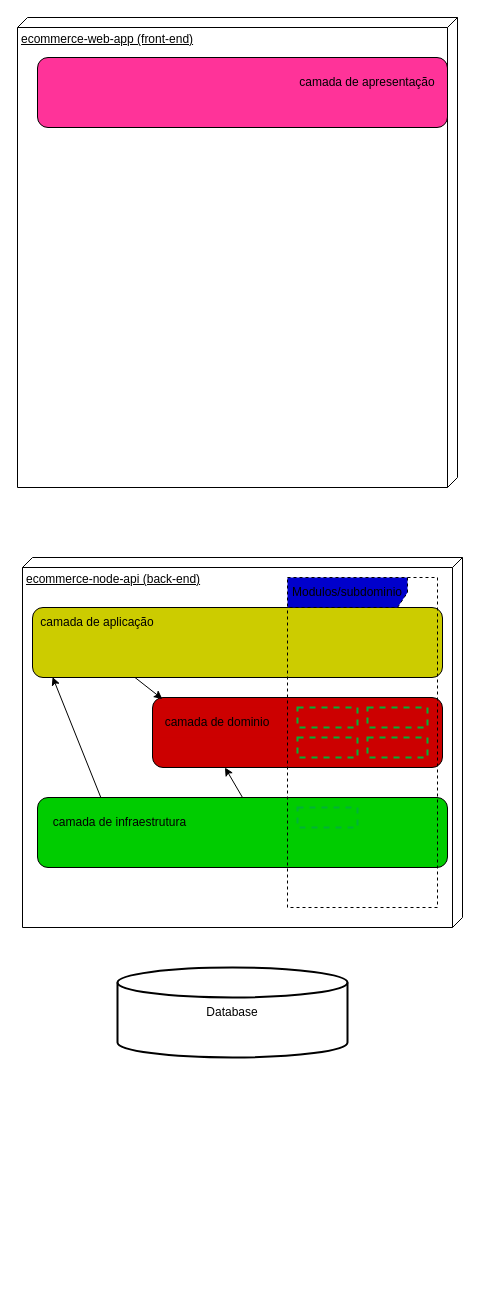
This is requiriments/ecommerce-arquitetura.drawio from Leandroallvess/ecommerce-node-api, a draw.io file, before an edit. Source tidied: cells renumbered, new cells numbered last; positions are measured from the earlier drawing's top-left corner, leaving out a move shared by most shapes. Both pictures are drawn from the tidied source at 100%, with x=0, y=0 at pixel (17, 17).
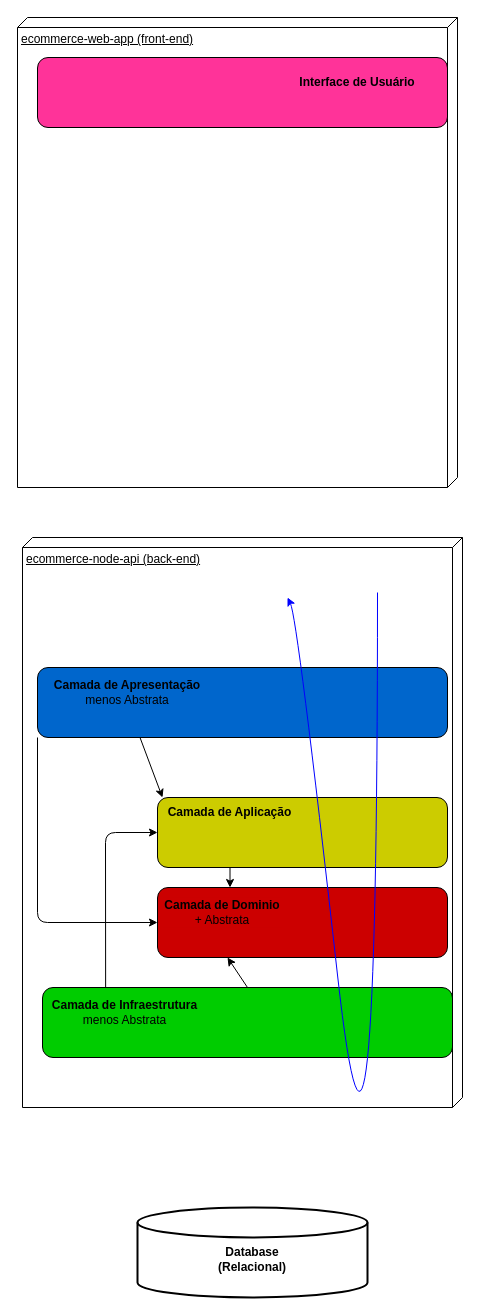
The same page after the edit.

Commit message:
Parte 14 | Modelando a Arquitetura do Software

Change to the diagram source:
```diff
@@
     <mxCell id="2" value="ecommerce-node-api (back-end)" style="verticalAlign=top;align=left;spacingTop=8;spacingLeft=2;spacingRight=12;shape=cube;size=10;direction=south;fontStyle=4;html=1;" parent="1" vertex="1">
-      <mxGeometry x="5" y="540" width="440" height="370" as="geometry" />
+      <mxGeometry x="5" y="520" width="440" height="570" as="geometry" />
     </mxCell>
@@
-    <mxCell id="4" value="Database" style="strokeWidth=2;html=1;shape=mxgraph.flowchart.database;whiteSpace=wrap;" parent="1" vertex="1">
-      <mxGeometry x="100" y="950" width="230" height="90" as="geometry" />
+    <mxCell id="4" value="&lt;b&gt;&lt;br&gt;Database&lt;br&gt;(Relacional)&lt;/b&gt;" style="strokeWidth=2;html=1;shape=mxgraph.flowchart.database;whiteSpace=wrap;" parent="1" vertex="1">
+      <mxGeometry x="120" y="1190" width="230" height="90" as="geometry" />
     </mxCell>
     <mxCell id="5" style="rounded=1;whiteSpace=wrap;html=1;fillColor=#CC0000;" parent="1" vertex="1">
-      <mxGeometry x="135" y="680" width="290" height="70" as="geometry" />
+      <mxGeometry x="140" y="870" width="290" height="70" as="geometry" />
     </mxCell>
-    <mxCell id="6" value="camada de dominio" style="text;html=1;strokeColor=none;fillColor=#CC0000;align=center;verticalAlign=middle;whiteSpace=wrap;rounded=0;" parent="1" vertex="1">
-      <mxGeometry x="140" y="690" width="120" height="30" as="geometry" />
+    <mxCell id="6" value="&lt;b&gt;Camada de Dominio&lt;/b&gt;&lt;br&gt;+ Abstrata" style="text;html=1;strokeColor=none;fillColor=#CC0000;align=center;verticalAlign=middle;whiteSpace=wrap;rounded=0;" parent="1" vertex="1">
+      <mxGeometry x="145" y="880" width="120" height="30" as="geometry" />
     </mxCell>
-    <mxCell id="7" style="edgeStyle=none;html=1;exitX=0.25;exitY=1;exitDx=0;exitDy=0;entryX=0.034;entryY=0.021;entryDx=0;entryDy=0;entryPerimeter=0;" parent="1" edge="1" source="8" target="5">
+    <mxCell id="7" style="edgeStyle=none;html=1;exitX=0.25;exitY=1;exitDx=0;exitDy=0;entryX=0.25;entryY=0;entryDx=0;entryDy=0;" parent="1" edge="1" source="8" target="5">
       <mxGeometry relative="1" as="geometry" />
     </mxCell>
     <mxCell id="8" style="rounded=1;whiteSpace=wrap;html=1;fillColor=#CCCC00;" parent="1" vertex="1">
-      <mxGeometry x="15" y="590" width="410" height="70" as="geometry" />
+      <mxGeometry x="140" y="780" width="290" height="70" as="geometry" />
     </mxCell>
-    <mxCell id="9" value="camada de aplicação" style="text;html=1;strokeColor=none;fillColor=none;align=center;verticalAlign=middle;whiteSpace=wrap;rounded=0;" parent="1" vertex="1">
-      <mxGeometry x="20" y="590" width="120" height="30" as="geometry" />
+    <mxCell id="9" value="&lt;b&gt;Camada de Aplicação&lt;/b&gt;" style="text;html=1;strokeColor=none;fillColor=none;align=center;verticalAlign=middle;whiteSpace=wrap;rounded=0;" parent="1" vertex="1">
+      <mxGeometry x="145" y="780" width="135" height="30" as="geometry" />
     </mxCell>
-    <mxCell id="10" style="edgeStyle=none;html=1;exitX=0.5;exitY=0;exitDx=0;exitDy=0;entryX=0.25;entryY=1;entryDx=0;entryDy=0;" parent="1" edge="1" source="11" target="5">
-      <mxGeometry relative="1" as="geometry" />
+    <mxCell id="10" style="edgeStyle=none;html=1;exitX=0.5;exitY=0;exitDx=0;exitDy=0;" parent="1" edge="1" source="11">
+      <mxGeometry relative="1" as="geometry">
+        <mxPoint x="210" y="940" as="targetPoint" />
+      </mxGeometry>
     </mxCell>
     <mxCell id="11" style="rounded=1;whiteSpace=wrap;html=1;fillColor=#00CC00;" parent="1" vertex="1">
-      <mxGeometry x="20" y="780" width="410" height="70" as="geometry" />
+      <mxGeometry x="25" y="970" width="410" height="70" as="geometry" />
     </mxCell>
-    <mxCell id="12" value="camada de infraestrutura" style="text;html=1;strokeColor=none;fillColor=none;align=center;verticalAlign=middle;whiteSpace=wrap;rounded=0;" parent="1" vertex="1">
-      <mxGeometry x="20" y="790" width="165" height="30" as="geometry" />
+    <mxCell id="12" value="&lt;b&gt;Camada de Infraestrutura&lt;/b&gt;&lt;br&gt;menos Abstrata" style="text;html=1;strokeColor=none;fillColor=none;align=center;verticalAlign=middle;whiteSpace=wrap;rounded=0;" parent="1" vertex="1">
+      <mxGeometry x="25" y="980" width="165" height="30" as="geometry" />
     </mxCell>
@@
-    <mxCell id="14" value="camada de apresentação" style="text;html=1;strokeColor=none;fillColor=none;align=center;verticalAlign=middle;whiteSpace=wrap;rounded=0;" parent="1" vertex="1">
-      <mxGeometry x="280" y="50" width="140" height="30" as="geometry" />
+    <mxCell id="14" value="&lt;b&gt;Interface de Usuário&lt;/b&gt;" style="text;html=1;strokeColor=none;fillColor=none;align=center;verticalAlign=middle;whiteSpace=wrap;rounded=0;" parent="1" vertex="1">
+      <mxGeometry x="260" y="50" width="160" height="30" as="geometry" />
     </mxCell>
-    <mxCell id="15" style="edgeStyle=none;html=1;exitX=0.154;exitY=-0.007;exitDx=0;exitDy=0;exitPerimeter=0;entryX=0.049;entryY=0.993;entryDx=0;entryDy=0;entryPerimeter=0;" parent="1" edge="1" source="11" target="8">
-      <mxGeometry relative="1" as="geometry" />
+    <mxCell id="15" style="edgeStyle=none;html=1;exitX=0.154;exitY=-0.007;exitDx=0;exitDy=0;exitPerimeter=0;entryX=0;entryY=0.5;entryDx=0;entryDy=0;" parent="1" edge="1" source="11" target="8">
+      <mxGeometry relative="1" as="geometry">
+        <Array as="points">
+          <mxPoint x="88" y="815" />
+        </Array>
+      </mxGeometry>
     </mxCell>
-    <mxCell id="16" value="Modulos/subdominio" style="shape=umlFrame;whiteSpace=wrap;html=1;fillColor=#0000CC;width=120;height=30;dashed=1;" parent="1" vertex="1">
-      <mxGeometry x="270" y="560" width="150" height="330" as="geometry" />
-    </mxCell>
-    <mxCell id="17" style="rounded=0;whiteSpace=wrap;html=1;fillColor=none;strokeColor=#00B336;strokeWidth=2;dashed=1;" parent="1" vertex="1">
-      <mxGeometry x="280" y="690" width="60" height="20" as="geometry" />
-    </mxCell>
-    <mxCell id="18" style="rounded=0;whiteSpace=wrap;html=1;fillColor=none;strokeColor=#00B336;strokeWidth=2;dashed=1;" parent="1" vertex="1">
-      <mxGeometry x="350" y="690" width="60" height="20" as="geometry" />
-    </mxCell>
-    <mxCell id="19" style="rounded=0;whiteSpace=wrap;html=1;fillColor=none;strokeColor=#00B336;strokeWidth=2;dashed=1;" parent="1" vertex="1">
-      <mxGeometry x="280" y="720" width="60" height="20" as="geometry" />
-    </mxCell>
-    <mxCell id="20" style="rounded=0;whiteSpace=wrap;html=1;fillColor=none;strokeColor=#00B336;strokeWidth=2;dashed=1;" parent="1" vertex="1">
-      <mxGeometry x="350" y="720" width="60" height="20" as="geometry" />
-    </mxCell>
-    <mxCell id="21" style="rounded=0;whiteSpace=wrap;html=1;fillColor=none;strokeColor=#00B336;strokeWidth=2;dashed=1;" parent="1" vertex="1">
-      <mxGeometry x="280" y="790" width="60" height="20" as="geometry" />
-    </mxCell>
+    <mxCell id="22" style="edgeStyle=none;html=1;exitX=0.25;exitY=1;exitDx=0;exitDy=0;entryX=0;entryY=0;entryDx=0;entryDy=0;" parent="1" edge="1" source="24" target="9">
+      <mxGeometry relative="1" as="geometry" />
+    </mxCell>
+    <mxCell id="23" style="edgeStyle=none;html=1;exitX=0;exitY=1;exitDx=0;exitDy=0;entryX=0;entryY=0.5;entryDx=0;entryDy=0;" parent="1" edge="1" source="24" target="5">
+      <mxGeometry relative="1" as="geometry">
+        <Array as="points">
+          <mxPoint x="20" y="905" />
+        </Array>
+      </mxGeometry>
+    </mxCell>
+    <mxCell id="24" style="rounded=1;whiteSpace=wrap;html=1;fillColor=#0066CC;" parent="1" vertex="1">
+      <mxGeometry x="20" y="650" width="410" height="70" as="geometry" />
+    </mxCell>
+    <mxCell id="25" value="&lt;b&gt;Camada de Apresentação&lt;/b&gt;&lt;br&gt;menos Abstrata" style="text;html=1;strokeColor=none;fillColor=none;align=center;verticalAlign=middle;whiteSpace=wrap;rounded=0;" parent="1" vertex="1">
+      <mxGeometry x="30" y="660" width="160" height="30" as="geometry" />
+    </mxCell>
+    <mxCell id="26" style="curved=1;endArrow=classic;html=1;strokeColor=#0000FF;" parent="1" edge="1">
+      <mxGeometry relative="1" as="geometry">
+        <mxPoint x="360" y="575" as="sourcePoint" />
+        <mxPoint x="270" y="580" as="targetPoint" />
+        <Array as="points">
+          <mxPoint x="360" y="575" />
+          <mxPoint x="360" y="1315" />
+          <mxPoint x="280" y="600" />
+        </Array>
+      </mxGeometry>
+    </mxCell>
```
